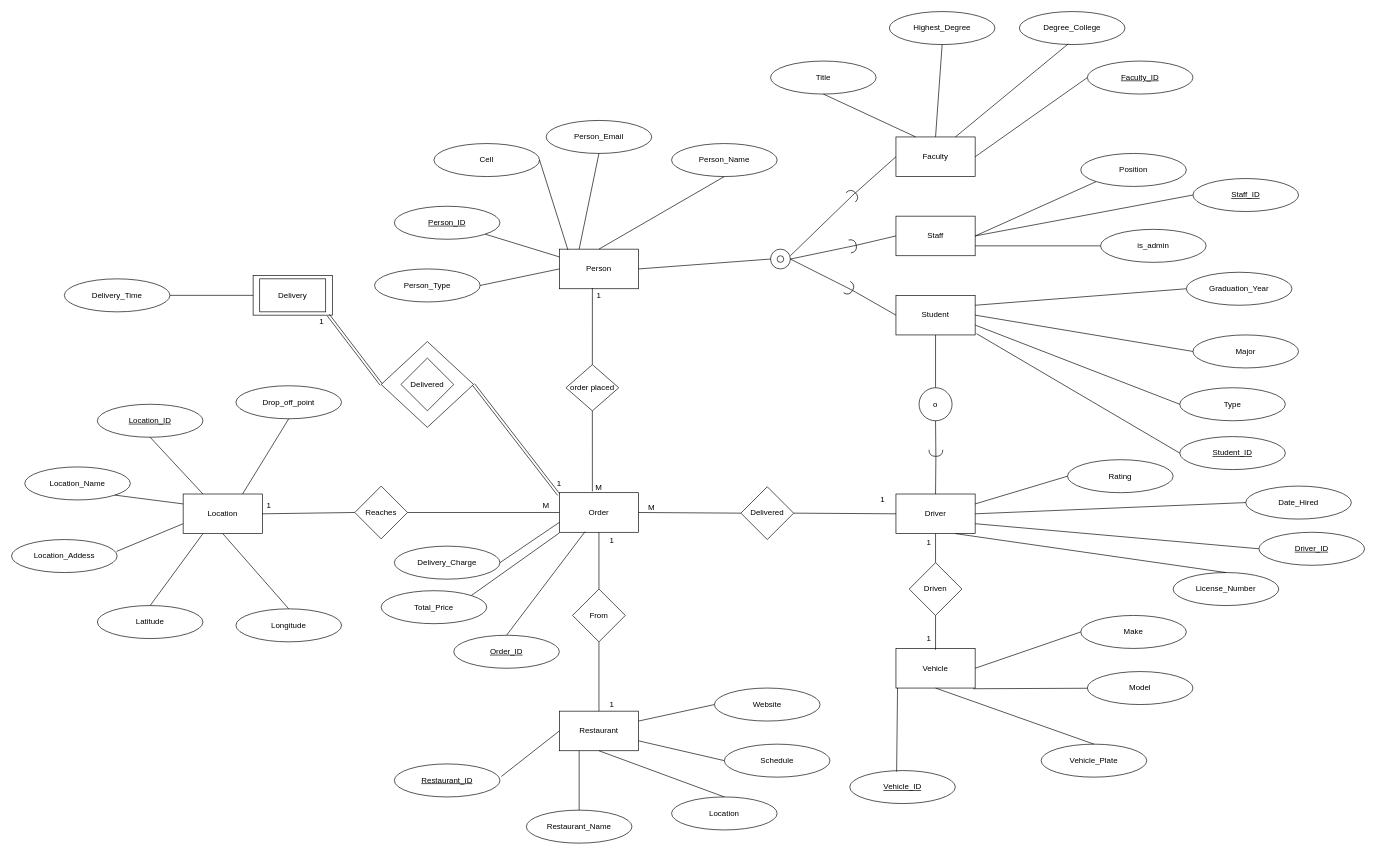
Before: EERD_DB_Group7.drawio in dhananjay-arora/Database-System, a draw.io diagram. Source tidied: cells renumbered, new cells numbered last; positions are measured from the earlier drawing's top-left corner, leaving out a move shared by most shapes. Both pictures are drawn from the tidied source at 66%, with x=0, y=0 at pixel (11, 11).
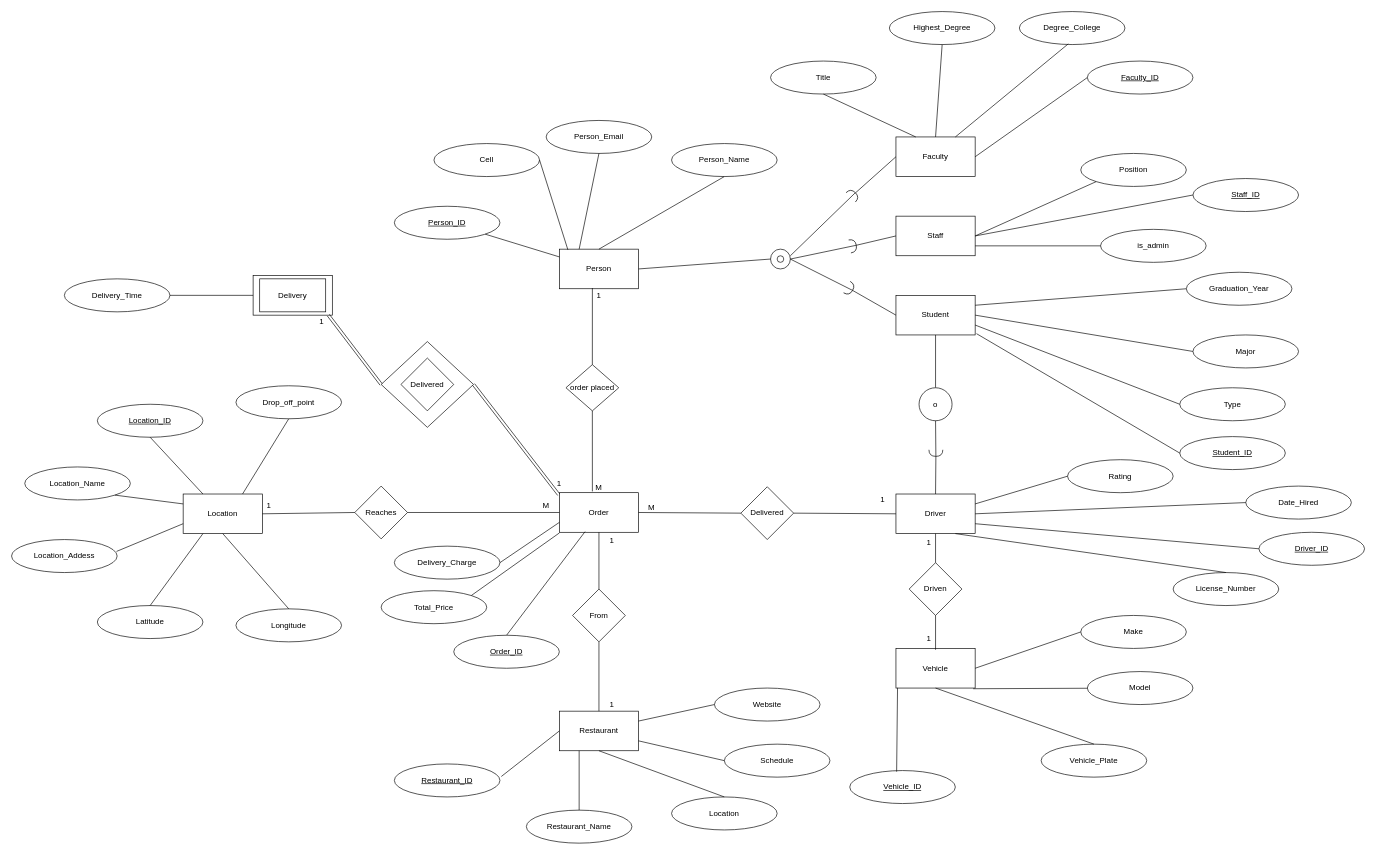
The same diagram, later.

The change refers to these unchanged cells:
```xml
<mxCell id="2" value="Person" style="rounded=0;whiteSpace=wrap;html=1;" parent="1" vertex="1">
  <mxGeometry x="830" y="360" width="120" height="60" as="geometry" />
</mxCell>
```

The edit, as a diff of the source:
```diff
@@
-    <mxCell id="134" value="Person_Type" style="ellipse;whiteSpace=wrap;html=1;" parent="1" vertex="1">
-      <mxGeometry x="550" y="390" width="160" height="50" as="geometry" />
-    </mxCell>
-    <mxCell id="135" style="endArrow=none;html=1;entryX=0;entryY=0.5;entryDx=0;entryDy=0;exitX=1;exitY=0.5;exitDx=0;exitDy=0;" parent="1" edge="1" source="134" target="2">
-      <mxGeometry relative="1" as="geometry" />
-    </mxCell>
```
